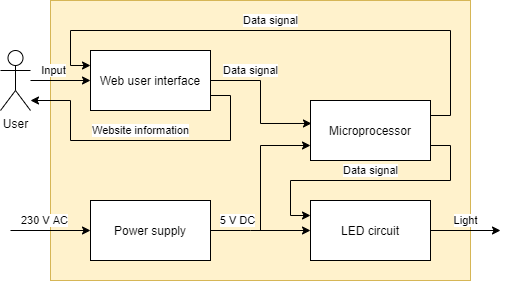
This is Figurer/blokdiagram2.png from sunebruhn/fagprojekt, a draw.io export, as it was before one commit. Source tidied: cells renumbered, new cells last; positions are measured from the earlier drawing's top-left corner, leaving out a move shared by most shapes.
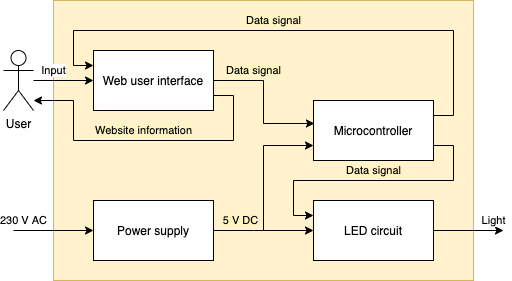
Later version of the same file.

What changed in the source:
```diff
@@ -5,7 +5,7 @@
     <mxCell id="2" style="rounded=0;whiteSpace=wrap;html=1;glass=0;shadow=0;fillColor=#fff2cc;strokeColor=#d6b656;" parent="1" vertex="1">
       <mxGeometry x="50" width="420" height="280" as="geometry" />
     </mxCell>
-    <mxCell id="3" value="5 V DC" style="edgeStyle=orthogonalEdgeStyle;rounded=0;jettySize=auto;html=1;" parent="1" edge="1" source="5" target="10">
+    <mxCell id="3" value="&lt;span style=&quot;background-color: rgb(255 , 244 , 195)&quot;&gt;5 V DC&lt;/span&gt;" style="edgeStyle=orthogonalEdgeStyle;rounded=0;jettySize=auto;html=1;" parent="1" edge="1" source="5" target="10">
       <mxGeometry x="-0.47" y="10" relative="1" as="geometry">
         <Array as="points">
           <mxPoint x="250" y="230" />
@@ -25,7 +25,7 @@
     <mxCell id="5" value="Power supply" style="rounded=0;whiteSpace=wrap;html=1;" parent="1" vertex="1">
       <mxGeometry x="90" y="200" width="120" height="60" as="geometry" />
     </mxCell>
-    <mxCell id="6" value="Data signal" style="edgeStyle=orthogonalEdgeStyle;rounded=0;jettySize=auto;html=1;exitX=1;exitY=0.75;exitDx=0;exitDy=0;entryX=0;entryY=0.25;entryDx=0;entryDy=0;" parent="1" edge="1" source="8" target="10">
+    <mxCell id="6" value="&lt;span style=&quot;background-color: rgb(255 , 244 , 195)&quot;&gt;Data signal&lt;/span&gt;" style="edgeStyle=orthogonalEdgeStyle;rounded=0;jettySize=auto;html=1;exitX=1;exitY=0.75;exitDx=0;exitDy=0;entryX=0;entryY=0.25;entryDx=0;entryDy=0;" parent="1" edge="1" source="8" target="10">
       <mxGeometry y="-10" relative="1" as="geometry">
         <Array as="points">
           <mxPoint x="450" y="145" />
@@ -35,7 +35,7 @@
         </Array>
       </mxGeometry>
     </mxCell>
-    <mxCell id="7" value="Data signal" style="edgeStyle=orthogonalEdgeStyle;rounded=0;jettySize=auto;html=1;exitX=1;exitY=0.25;exitDx=0;exitDy=0;entryX=0;entryY=0.25;entryDx=0;entryDy=0;" parent="1" edge="1" source="8" target="13">
+    <mxCell id="7" value="&lt;span style=&quot;background-color: rgb(255 , 244 , 195)&quot;&gt;Data signal&lt;/span&gt;" style="edgeStyle=orthogonalEdgeStyle;rounded=0;jettySize=auto;html=1;exitX=1;exitY=0.25;exitDx=0;exitDy=0;entryX=0;entryY=0.25;entryDx=0;entryDy=0;" parent="1" edge="1" source="8" target="13">
       <mxGeometry x="0.06" y="-10" relative="1" as="geometry">
         <Array as="points">
           <mxPoint x="450" y="115" />
@@ -45,21 +45,21 @@
         </Array>
       </mxGeometry>
     </mxCell>
-    <mxCell id="8" value="Microprocessor" style="rounded=0;whiteSpace=wrap;html=1;" parent="1" vertex="1">
+    <mxCell id="8" value="Microcontroller" style="rounded=0;whiteSpace=wrap;html=1;" parent="1" vertex="1">
       <mxGeometry x="310" y="100" width="120" height="60" as="geometry" />
     </mxCell>
     <mxCell id="9" value="Light" style="edgeStyle=orthogonalEdgeStyle;rounded=0;jettySize=auto;html=1;" parent="1" edge="1" source="10">
-      <mxGeometry y="10" relative="1" as="geometry">
+      <mxGeometry x="0.71" y="10" relative="1" as="geometry">
         <mxPoint x="500" y="230" as="targetPoint" />
       </mxGeometry>
     </mxCell>
     <mxCell id="10" value="LED circuit" style="rounded=0;whiteSpace=wrap;html=1;" parent="1" vertex="1">
       <mxGeometry x="310" y="200" width="120" height="60" as="geometry" />
     </mxCell>
-    <mxCell id="11" value="Data signal" style="edgeStyle=orthogonalEdgeStyle;rounded=0;jettySize=auto;html=1;exitX=1;exitY=0.5;exitDx=0;exitDy=0;entryX=0.008;entryY=0.383;entryDx=0;entryDy=0;entryPerimeter=0;" parent="1" edge="1" source="13" target="8">
+    <mxCell id="11" value="&lt;span style=&quot;background-color: rgb(255 , 244 , 195)&quot;&gt;Data signal&lt;/span&gt;" style="edgeStyle=orthogonalEdgeStyle;rounded=0;jettySize=auto;html=1;exitX=1;exitY=0.5;exitDx=0;exitDy=0;entryX=0.008;entryY=0.383;entryDx=0;entryDy=0;entryPerimeter=0;" parent="1" edge="1" source="13" target="8">
       <mxGeometry x="-0.44" y="10" relative="1" as="geometry" />
     </mxCell>
-    <mxCell id="12" value="Website information" style="edgeStyle=orthogonalEdgeStyle;rounded=0;jettySize=auto;html=1;exitX=1;exitY=0.75;exitDx=0;exitDy=0;" parent="1" edge="1" source="13">
+    <mxCell id="12" value="&lt;span style=&quot;background-color: rgb(255 , 244 , 195)&quot;&gt;Website information&lt;/span&gt;" style="edgeStyle=orthogonalEdgeStyle;rounded=0;jettySize=auto;html=1;exitX=1;exitY=0.75;exitDx=0;exitDy=0;" parent="1" edge="1" source="13">
       <mxGeometry x="0.02" y="-10" relative="1" as="geometry">
         <mxPoint x="30" y="100" as="targetPoint" />
         <Array as="points">
@@ -74,13 +74,13 @@
       <mxGeometry x="90" y="50" width="120" height="60" as="geometry" />
     </mxCell>
     <mxCell id="14" value="Input" style="edgeStyle=orthogonalEdgeStyle;rounded=0;jettySize=auto;html=1;" parent="1" edge="1" source="15" target="13">
-      <mxGeometry x="-0.23" y="10" relative="1" as="geometry" />
+      <mxGeometry x="-0.33" y="10" relative="1" as="geometry" />
     </mxCell>
     <mxCell id="15" value="User" style="shape=umlActor;verticalLabelPosition=bottom;verticalAlign=top;html=1;outlineConnect=0;" parent="1" vertex="1">
       <mxGeometry y="50" width="30" height="60" as="geometry" />
     </mxCell>
     <mxCell id="16" value="230 V AC" style="endArrow=classic;html=1;entryX=0;entryY=0.5;entryDx=0;entryDy=0;" parent="1" edge="1" target="5">
-      <mxGeometry x="-0.14" y="10" relative="1" as="geometry">
+      <mxGeometry x="-0.75" y="10" relative="1" as="geometry">
         <mxPoint x="10" y="230" as="sourcePoint" />
       </mxGeometry>
     </mxCell>
```
